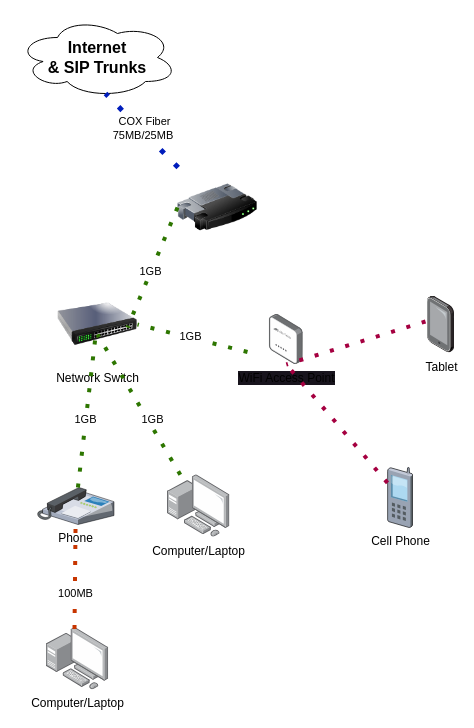
The draw.io diagram Team One.drawio in 918KillerB/draw.io, before the edit. Source tidied: cells renumbered, new cells numbered last; positions are measured from the earlier drawing's top-left corner, leaving out a move shared by most shapes. Both pictures are drawn from the tidied source at 100%, with x=0, y=0 at pixel (17, 17).
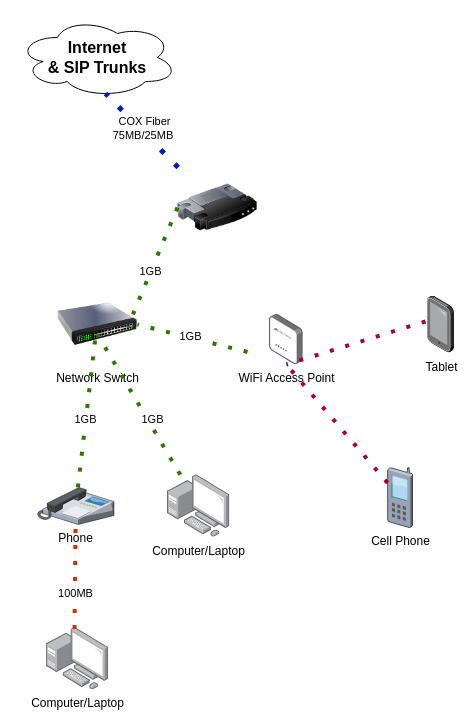
The same page after the edit.

Diff of the diagram source:
```diff
@@
-    <mxCell id="8" value="&lt;span style=&quot;background-color: rgb(24, 20, 29);&quot;&gt;WiFi Access Point&lt;/span&gt;" style="html=1;image=img/lib/allied_telesis/wireless/Access_Point_Indoor.svg;verticalLabelPosition=bottom;labelBackgroundColor=default;verticalAlign=top;strokeWidth=2;strokeColor=#0080F0;shadow=0;dashed=0;shape=image;points=[];" parent="1" vertex="1">
+    <mxCell id="8" value="WiFi Access Point" style="html=1;image=img/lib/allied_telesis/wireless/Access_Point_Indoor.svg;verticalLabelPosition=bottom;labelBackgroundColor=default;verticalAlign=top;strokeWidth=2;strokeColor=#0080F0;shadow=0;dashed=0;shape=image;points=[];" parent="1" vertex="1">
       <mxGeometry x="230" y="297" width="77.6" height="50" as="geometry" />
     </mxCell>
```
